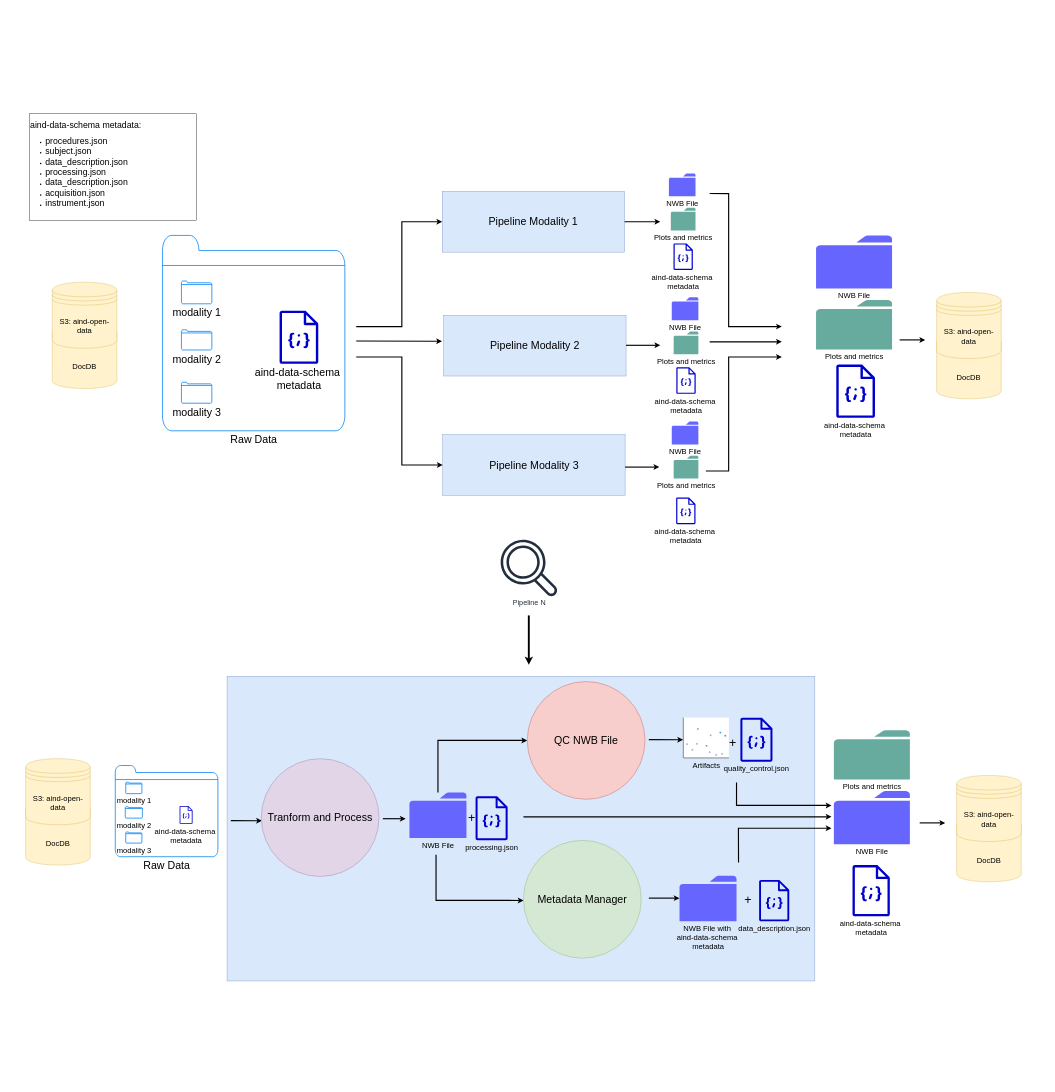
Before: docs/source/diagrams/mid_level/codeocean_pipeline_diagram.drawio in AllenNeuralDynamics/aind-software-docs, a draw.io diagram. Source tidied: cells renumbered, new cells numbered last; positions are measured from the earlier drawing's top-left corner, leaving out a move shared by most shapes. Both pictures are drawn from the tidied source at 38%, with x=0, y=0 at pixel (25, 114).
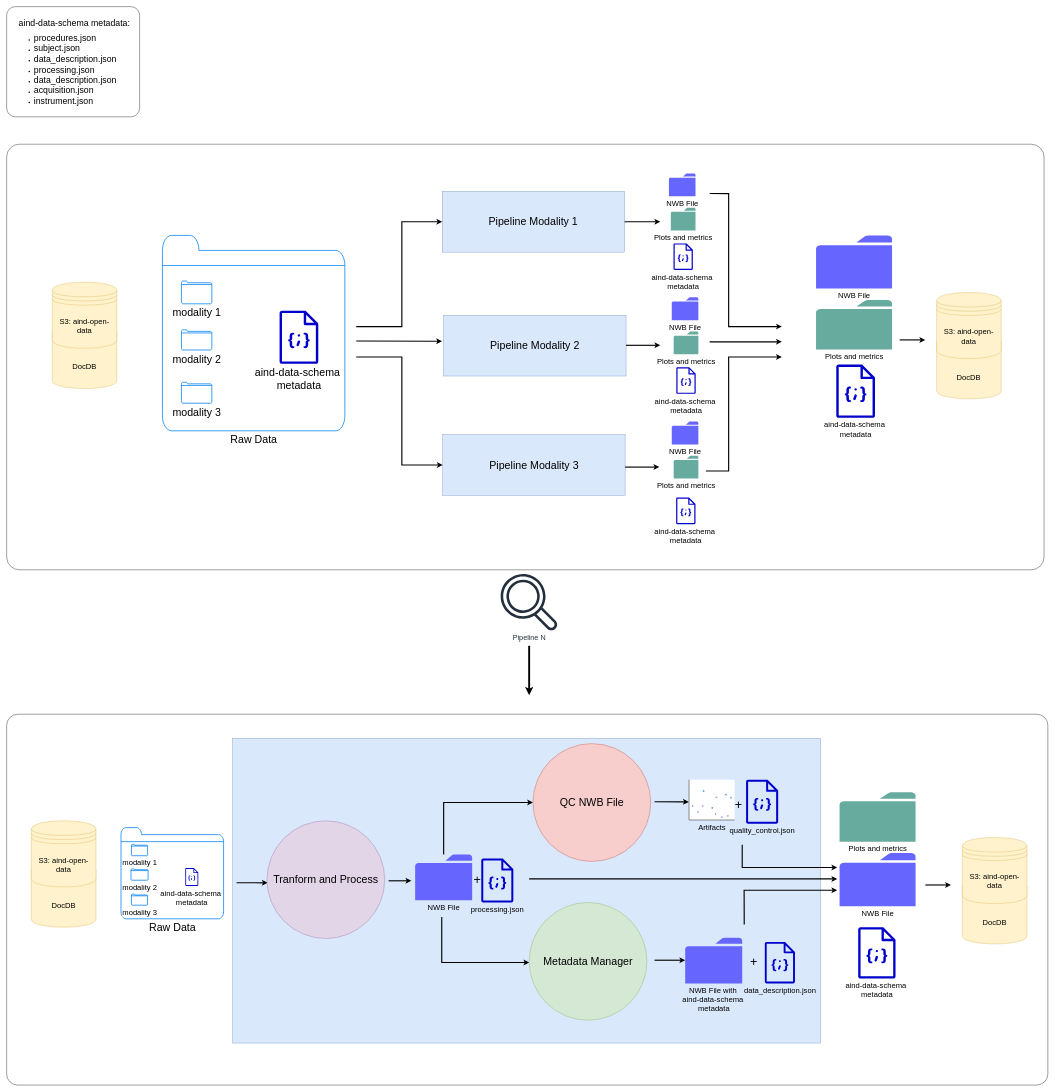
The same page after the edit.

Commit message (it also covers changes not shown here):
chore: add background to general pipeline diagram

The edit, as a diff of the source:
```diff
@@
+    <mxCell id="74" style="rounded=1;whiteSpace=wrap;html=1;arcSize=8;strokeColor=default;" parent="1" vertex="1">
+      <mxGeometry x="-50" y="-282" width="350" height="290" as="geometry" />
+    </mxCell>
+    <mxCell id="75" style="rounded=1;whiteSpace=wrap;html=1;arcSize=3;" parent="1" vertex="1">
+      <mxGeometry x="-50" y="1580" width="2740" height="976" as="geometry" />
+    </mxCell>
+    <mxCell id="76" style="rounded=1;whiteSpace=wrap;html=1;arcSize=3;" parent="1" vertex="1">
+      <mxGeometry x="-50" y="80" width="2730" height="1120" as="geometry" />
+    </mxCell>
     <mxCell id="2" style="rounded=0;whiteSpace=wrap;html=1;fillColor=#dae8fc;strokeColor=#6c8ebf;" parent="1" vertex="1">
-      <mxGeometry x="530" y="1480" width="1546.9" height="802" as="geometry" />
+      <mxGeometry x="545" y="1643.4" width="1546.9" height="802" as="geometry" />
     </mxCell>
@@
-    <mxCell id="10" value="&lt;font style=&quot;font-size: 23px;&quot;&gt;aind-data-schema metadata:&lt;/font&gt;&lt;div&gt;&lt;ul&gt;&lt;li&gt;&lt;font style=&quot;font-size: 23px;&quot;&gt;procedures.json&lt;/font&gt;&lt;/li&gt;&lt;li&gt;&lt;font style=&quot;font-size: 23px;&quot;&gt;subject.json&lt;/font&gt;&lt;/li&gt;&lt;li&gt;&lt;font style=&quot;font-size: 23px;&quot;&gt;data_description.json&lt;/font&gt;&lt;/li&gt;&lt;li&gt;&lt;font style=&quot;font-size: 23px;&quot;&gt;processing.json&lt;/font&gt;&lt;/li&gt;&lt;li&gt;&lt;font style=&quot;font-size: 23px;&quot;&gt;data_description.json&lt;/font&gt;&lt;/li&gt;&lt;li&gt;&lt;font style=&quot;font-size: 23px;&quot;&gt;acquisition.json&lt;/font&gt;&lt;/li&gt;&lt;li&gt;&lt;font style=&quot;font-size: 23px;&quot;&gt;instrument.json&lt;/font&gt;&lt;/li&gt;&lt;/ul&gt;&lt;/div&gt;" style="text;html=1;whiteSpace=wrap;strokeColor=#000000;fillColor=none;align=left;verticalAlign=middle;rounded=0;" parent="1" vertex="1">
-      <mxGeometry x="10" width="440" height="280" as="geometry" />
+    <mxCell id="10" value="&lt;font style=&quot;font-size: 23px;&quot;&gt;aind-data-schema metadata:&lt;/font&gt;&lt;div&gt;&lt;ul&gt;&lt;li&gt;&lt;font style=&quot;font-size: 23px;&quot;&gt;procedures.json&lt;/font&gt;&lt;/li&gt;&lt;li&gt;&lt;font style=&quot;font-size: 23px;&quot;&gt;subject.json&lt;/font&gt;&lt;/li&gt;&lt;li&gt;&lt;font style=&quot;font-size: 23px;&quot;&gt;data_description.json&lt;/font&gt;&lt;/li&gt;&lt;li&gt;&lt;font style=&quot;font-size: 23px;&quot;&gt;processing.json&lt;/font&gt;&lt;/li&gt;&lt;li&gt;&lt;font style=&quot;font-size: 23px;&quot;&gt;data_description.json&lt;/font&gt;&lt;/li&gt;&lt;li&gt;&lt;font style=&quot;font-size: 23px;&quot;&gt;acquisition.json&lt;/font&gt;&lt;/li&gt;&lt;li&gt;&lt;font style=&quot;font-size: 23px;&quot;&gt;instrument.json&lt;/font&gt;&lt;/li&gt;&lt;/ul&gt;&lt;/div&gt;" style="text;html=1;whiteSpace=wrap;strokeColor=none;fillColor=none;align=left;verticalAlign=middle;rounded=0;" parent="1" vertex="1">
+      <mxGeometry x="-20" y="-270" width="310" height="280" as="geometry" />
     </mxCell>
@@
     <mxCell id="12" value="&lt;font style=&quot;font-size: 20px;&quot;&gt;DocDB&lt;/font&gt;" style="shape=datastore;whiteSpace=wrap;html=1;fillColor=#fff2cc;strokeColor=#d6b656;" parent="1" vertex="1">
-      <mxGeometry y="1807" width="170" height="170" as="geometry" />
+      <mxGeometry x="15" y="1970.4" width="170" height="170" as="geometry" />
     </mxCell>
     <mxCell id="13" value="&lt;font style=&quot;font-size: 20px;&quot;&gt;S3: aind-open-data&lt;/font&gt;" style="shape=datastore;whiteSpace=wrap;html=1;fillColor=#fff2cc;strokeColor=#d6b656;" parent="1" vertex="1">
-      <mxGeometry y="1697" width="170" height="174" as="geometry" />
+      <mxGeometry x="15" y="1860.4" width="170" height="174" as="geometry" />
     </mxCell>
     <mxCell id="14" value="&lt;font style=&quot;font-size: 20px;&quot;&gt;quality_control.json&lt;/font&gt;" style="sketch=0;dashed=0;verticalLabelPosition=bottom;verticalAlign=top;align=center;html=1;fontSize=12;fontStyle=0;shape=mxgraph.aws4.json_script;fillColor=#0000CC;" parent="1" vertex="1">
-      <mxGeometry x="1880.7" y="1589" width="84.8" height="116" as="geometry" />
+      <mxGeometry x="1895.7" y="1752.4" width="84.8" height="116" as="geometry" />
     </mxCell>
     <mxCell id="15" value="&lt;font style=&quot;font-size: 20px;&quot;&gt;Artifacts&lt;/font&gt;" style="verticalLabelPosition=bottom;shadow=0;dashed=0;align=center;html=1;verticalAlign=top;strokeWidth=1;shape=mxgraph.mockup.graphics.plotChart;strokeColor=none;strokeColor2=#aaaaaa;strokeColor3=#666666;fillColor2=#99aaff,#0022ff,#008cff;" parent="1" vertex="1">
-      <mxGeometry x="1730.7" y="1589" width="120" height="106" as="geometry" />
+      <mxGeometry x="1745.7" y="1752.4" width="120" height="106" as="geometry" />
     </mxCell>
     <mxCell id="16" value="&lt;font style=&quot;font-size: 20px;&quot;&gt;data_description.json&lt;/font&gt;" style="sketch=0;dashed=0;verticalLabelPosition=bottom;verticalAlign=top;align=center;html=1;fontSize=12;fontStyle=0;shape=mxgraph.aws4.json_script;fillColor=#0000CC;" parent="1" vertex="1">
-      <mxGeometry x="1930" y="2016" width="79.7" height="109" as="geometry" />
+      <mxGeometry x="1945" y="2179.4" width="79.7" height="109" as="geometry" />
     </mxCell>
     <mxCell id="17" value="&lt;font style=&quot;font-size: 20px;&quot;&gt;NWB File with&amp;nbsp;&lt;/font&gt;&lt;div&gt;&lt;font style=&quot;font-size: 20px;&quot;&gt;aind-data-schema&amp;nbsp;&lt;/font&gt;&lt;/div&gt;&lt;div&gt;&lt;font style=&quot;font-size: 20px;&quot;&gt;metadata&lt;/font&gt;&lt;/div&gt;" style="sketch=0;shadow=0;dashed=0;html=1;strokeColor=none;labelPosition=center;verticalLabelPosition=bottom;verticalAlign=top;align=center;shape=mxgraph.office.concepts.folder;fillColor=#6666FF;" parent="1" vertex="1">
-      <mxGeometry x="1720.7" y="2005" width="150" height="120" as="geometry" />
+      <mxGeometry x="1735.7" y="2168.4" width="150" height="120" as="geometry" />
     </mxCell>
@@
     <mxCell id="19" value="&lt;font style=&quot;font-size: 20px;&quot;&gt;NWB File&lt;/font&gt;" style="sketch=0;shadow=0;dashed=0;html=1;strokeColor=none;labelPosition=center;verticalLabelPosition=bottom;verticalAlign=top;align=center;shape=mxgraph.office.concepts.folder;fillColor=#6666FF;" parent="1" vertex="1">
-      <mxGeometry x="2126.9" y="1782" width="200" height="140" as="geometry" />
+      <mxGeometry x="2141.9" y="1945.4" width="200" height="140" as="geometry" />
     </mxCell>
     <mxCell id="20" value="&lt;font style=&quot;font-size: 20px;&quot;&gt;aind-data-schema&amp;nbsp;&lt;/font&gt;&lt;div&gt;&lt;font style=&quot;font-size: 20px;&quot;&gt;metadata&lt;/font&gt;&lt;/div&gt;" style="sketch=0;dashed=0;verticalLabelPosition=bottom;verticalAlign=top;align=center;html=1;fontSize=12;fontStyle=0;shape=mxgraph.aws4.json_script;fillColor=#0000CC;" parent="1" vertex="1">
-      <mxGeometry x="2175.7" y="1977" width="98.7" height="135" as="geometry" />
+      <mxGeometry x="2190.7" y="2140.4" width="98.7" height="135" as="geometry" />
     </mxCell>
     <mxCell id="21" value="&lt;font style=&quot;font-size: 20px;&quot;&gt;Plots and metrics&lt;/font&gt;" style="sketch=0;shadow=0;dashed=0;html=1;strokeColor=none;labelPosition=center;verticalLabelPosition=bottom;verticalAlign=top;align=center;shape=mxgraph.office.concepts.folder;fillColor=#67AB9F;" parent="1" vertex="1">
-      <mxGeometry x="2126.9" y="1622" width="200" height="130" as="geometry" />
+      <mxGeometry x="2141.9" y="1785.4" width="200" height="130" as="geometry" />
     </mxCell>
@@
     <mxCell id="25" value="&lt;font style=&quot;font-size: 20px;&quot;&gt;DocDB&lt;/font&gt;" style="shape=datastore;whiteSpace=wrap;html=1;fillColor=#fff2cc;strokeColor=#d6b656;" parent="1" vertex="1">
-      <mxGeometry x="2450" y="1851" width="170" height="170" as="geometry" />
+      <mxGeometry x="2465" y="2014.4" width="170" height="170" as="geometry" />
     </mxCell>
     <mxCell id="26" value="&lt;font style=&quot;font-size: 20px;&quot;&gt;S3: aind-open-data&lt;/font&gt;" style="shape=datastore;whiteSpace=wrap;html=1;fillColor=#fff2cc;strokeColor=#d6b656;" parent="1" vertex="1">
-      <mxGeometry x="2450" y="1741" width="170" height="174" as="geometry" />
+      <mxGeometry x="2465" y="1904.4" width="170" height="174" as="geometry" />
     </mxCell>
@@
     <mxCell id="39" style="endArrow=classic;html=1;rounded=0;strokeWidth=3;" parent="1" edge="1">
       <mxGeometry relative="1" as="geometry">
-        <mxPoint x="2352.7" y="1866" as="sourcePoint" />
-        <mxPoint x="2420" y="1866" as="targetPoint" />
+        <mxPoint x="2367.7" y="2029.4" as="sourcePoint" />
+        <mxPoint x="2435" y="2029.4" as="targetPoint" />
       </mxGeometry>
     </mxCell>
@@
     <mxCell id="44" value="&lt;font style=&quot;font-size: 28px;&quot;&gt;Raw Data&lt;/font&gt;" style="html=1;verticalLabelPosition=bottom;align=center;labelBackgroundColor=#ffffff;verticalAlign=top;strokeWidth=2;strokeColor=#0080F0;shadow=0;dashed=0;shape=mxgraph.ios7.icons.folder;" parent="1" vertex="1">
-      <mxGeometry x="235.9" y="1715" width="270" height="240" as="geometry" />
+      <mxGeometry x="250.9" y="1878.4" width="270" height="240" as="geometry" />
     </mxCell>
     <mxCell id="45" value="modality 1" style="html=1;verticalLabelPosition=bottom;align=center;labelBackgroundColor=#ffffff;verticalAlign=top;strokeWidth=2;strokeColor=#0080F0;shadow=0;dashed=0;shape=mxgraph.ios7.icons.folder;fontSize=20;" parent="1" vertex="1">
-      <mxGeometry x="263.4" y="1759" width="42.5" height="30" as="geometry" />
+      <mxGeometry x="278.4" y="1922.4" width="42.5" height="30" as="geometry" />
     </mxCell>
     <mxCell id="46" value="&lt;div style=&quot;text-align: start;&quot;&gt;&lt;font style=&quot;font-size: 20px;&quot;&gt;modality 2&lt;/font&gt;&lt;/div&gt;" style="html=1;verticalLabelPosition=bottom;align=center;labelBackgroundColor=#ffffff;verticalAlign=top;strokeWidth=2;strokeColor=#0080F0;shadow=0;dashed=0;shape=mxgraph.ios7.icons.folder;" parent="1" vertex="1">
-      <mxGeometry x="262.2" y="1823.5" width="45" height="30" as="geometry" />
+      <mxGeometry x="277.2" y="1986.9" width="45" height="30" as="geometry" />
     </mxCell>
     <mxCell id="47" value="&lt;font style=&quot;font-size: 20px;&quot;&gt;modality 3&lt;/font&gt;" style="html=1;verticalLabelPosition=bottom;align=center;labelBackgroundColor=#ffffff;verticalAlign=top;strokeWidth=2;strokeColor=#0080F0;shadow=0;dashed=0;shape=mxgraph.ios7.icons.folder;" parent="1" vertex="1">
-      <mxGeometry x="263.4" y="1890" width="42.5" height="29.2" as="geometry" />
+      <mxGeometry x="278.4" y="2053.4" width="42.5" height="29.2" as="geometry" />
     </mxCell>
     <mxCell id="48" value="&lt;font style=&quot;font-size: 20px;&quot;&gt;aind-data-schema&amp;nbsp;&lt;/font&gt;&lt;div&gt;&lt;font style=&quot;font-size: 20px;&quot;&gt;metadata&lt;/font&gt;&lt;/div&gt;" style="sketch=0;dashed=0;verticalLabelPosition=bottom;verticalAlign=top;align=center;html=1;fontSize=12;fontStyle=0;shape=mxgraph.aws4.json_script;fillColor=#0000CC;strokeColor=#0000CC;" parent="1" vertex="1">
-      <mxGeometry x="405" y="1821.5" width="34.4" height="47" as="geometry" />
+      <mxGeometry x="420" y="1984.9" width="34.4" height="47" as="geometry" />
     </mxCell>
@@
     <mxCell id="52" value="&lt;font style=&quot;font-size: 20px;&quot;&gt;NWB File&lt;/font&gt;" style="sketch=0;shadow=0;dashed=0;html=1;strokeColor=none;labelPosition=center;verticalLabelPosition=bottom;verticalAlign=top;outlineConnect=0;align=center;shape=mxgraph.office.concepts.folder;fillColor=#6666FF;" parent="1" vertex="1">
-      <mxGeometry x="1010" y="1786" width="150" height="120" as="geometry" />
+      <mxGeometry x="1025" y="1949.4" width="150" height="120" as="geometry" />
     </mxCell>
     <mxCell id="53" value="&lt;font style=&quot;font-size: 20px;&quot;&gt;processing.json&lt;/font&gt;" style="sketch=0;dashed=0;verticalLabelPosition=bottom;verticalAlign=top;align=center;html=1;fontSize=12;fontStyle=0;shape=mxgraph.aws4.json_script;fillColor=#0000CC;" parent="1" vertex="1">
-      <mxGeometry x="1183.8" y="1796" width="84.8" height="116" as="geometry" />
+      <mxGeometry x="1198.8" y="1959.4" width="84.8" height="116" as="geometry" />
     </mxCell>
     <mxCell id="54" style="endArrow=classic;html=1;rounded=0;strokeWidth=3;labelBorderColor=#B85450;entryX=0.006;entryY=0.527;entryDx=0;entryDy=0;entryPerimeter=0;" parent="1" edge="1" target="58">
       <mxGeometry relative="1" as="geometry">
-        <mxPoint x="540" y="1860" as="sourcePoint" />
+        <mxPoint x="555" y="2023.4" as="sourcePoint" />
       </mxGeometry>
     </mxCell>
     <mxCell id="55" style="endArrow=classic;html=1;rounded=0;strokeWidth=3;entryX=-0.005;entryY=0.55;entryDx=0;entryDy=0;entryPerimeter=0;" parent="1" edge="1" target="15">
       <mxGeometry relative="1" as="geometry">
-        <mxPoint x="1640" y="1647" as="sourcePoint" />
+        <mxPoint x="1655" y="1810.4" as="sourcePoint" />
       </mxGeometry>
     </mxCell>
     <mxCell id="56" style="endArrow=classic;html=1;rounded=0;strokeWidth=3;" parent="1" edge="1">
       <mxGeometry relative="1" as="geometry">
-        <mxPoint x="1310" y="1850" as="sourcePoint" />
-        <mxPoint x="2120.7" y="1850" as="targetPoint" />
+        <mxPoint x="1325" y="2013.4" as="sourcePoint" />
+        <mxPoint x="2135.7" y="2013.4" as="targetPoint" />
       </mxGeometry>
     </mxCell>
     <mxCell id="57" style="endArrow=classic;html=1;rounded=0;strokeWidth=3;entryX=0.001;entryY=0.51;entryDx=0;entryDy=0;entryPerimeter=0;" parent="1" edge="1" target="62">
       <mxGeometry relative="1" as="geometry">
-        <mxPoint x="1080" y="1950" as="sourcePoint" />
+        <mxPoint x="1095" y="2113.4" as="sourcePoint" />
         <Array as="points">
-          <mxPoint x="1080" y="2070" />
+          <mxPoint x="1095" y="2233.4" />
         </Array>
       </mxGeometry>
     </mxCell>
     <mxCell id="58" value="&lt;font style=&quot;font-size: 28px;&quot;&gt;Tranform and Process&lt;/font&gt;" style="ellipse;whiteSpace=wrap;html=1;fillColor=#e1d5e7;strokeColor=#9673a6;" parent="1" vertex="1">
-      <mxGeometry x="620" y="1697" width="310" height="310" as="geometry" />
+      <mxGeometry x="635" y="1860.4" width="310" height="310" as="geometry" />
     </mxCell>
     <mxCell id="59" style="endArrow=classic;html=1;rounded=0;strokeWidth=3;" parent="1" edge="1">
       <mxGeometry relative="1" as="geometry">
-        <mxPoint x="940" y="1855" as="sourcePoint" />
-        <mxPoint x="1000" y="1855" as="targetPoint" />
+        <mxPoint x="955" y="2018.4" as="sourcePoint" />
+        <mxPoint x="1015" y="2018.4" as="targetPoint" />
       </mxGeometry>
     </mxCell>
     <mxCell id="60" value="&lt;font style=&quot;font-size: 28px;&quot;&gt;QC NWB File&lt;/font&gt;" style="ellipse;whiteSpace=wrap;html=1;fillColor=#f8cecc;strokeColor=#b85450;" parent="1" vertex="1">
-      <mxGeometry x="1320" y="1494" width="310" height="310" as="geometry" />
+      <mxGeometry x="1335" y="1657.4" width="310" height="310" as="geometry" />
     </mxCell>
     <mxCell id="61" style="endArrow=classic;html=1;rounded=0;strokeWidth=3;entryX=0;entryY=0.5;entryDx=0;entryDy=0;" parent="1" edge="1" source="52" target="60">
       <mxGeometry relative="1" as="geometry">
         <Array as="points">
-          <mxPoint x="1085" y="1649" />
+          <mxPoint x="1100" y="1812.4" />
         </Array>
       </mxGeometry>
     </mxCell>
     <mxCell id="62" value="&lt;font style=&quot;font-size: 28px;&quot;&gt;Metadata Manager&lt;/font&gt;" style="ellipse;whiteSpace=wrap;html=1;fillColor=#d5e8d4;strokeColor=#82b366;" parent="1" vertex="1">
-      <mxGeometry x="1310" y="1912" width="310" height="310" as="geometry" />
+      <mxGeometry x="1325" y="2075.4" width="310" height="310" as="geometry" />
     </mxCell>
     <mxCell id="63" style="endArrow=classic;html=1;rounded=0;strokeWidth=3;" parent="1" edge="1">
       <mxGeometry relative="1" as="geometry">
-        <mxPoint x="1640" y="2064" as="sourcePoint" />
-        <mxPoint x="1720.7" y="2064" as="targetPoint" />
+        <mxPoint x="1655" y="2227.4" as="sourcePoint" />
+        <mxPoint x="1735.7" y="2227.4" as="targetPoint" />
       </mxGeometry>
     </mxCell>
     <mxCell id="64" style="endArrow=classic;html=1;rounded=0;strokeWidth=3;" parent="1" edge="1">
       <mxGeometry relative="1" as="geometry">
-        <mxPoint x="1870.7" y="1760" as="sourcePoint" />
-        <mxPoint x="2120.7" y="1820" as="targetPoint" />
+        <mxPoint x="1885.7" y="1923.4" as="sourcePoint" />
+        <mxPoint x="2135.7" y="1983.4" as="targetPoint" />
         <Array as="points">
-          <mxPoint x="1870.7" y="1820" />
+          <mxPoint x="1885.7" y="1983.4" />
         </Array>
       </mxGeometry>
     </mxCell>
     <mxCell id="65" style="endArrow=classic;html=1;rounded=0;strokeWidth=3;" parent="1" edge="1">
       <mxGeometry relative="1" as="geometry">
-        <mxPoint x="1876" y="1970" as="sourcePoint" />
-        <mxPoint x="2120.7" y="1880" as="targetPoint" />
+        <mxPoint x="1891" y="2133.4" as="sourcePoint" />
+        <mxPoint x="2135.7" y="2043.4" as="targetPoint" />
         <Array as="points">
-          <mxPoint x="1875.7" y="1880" />
+          <mxPoint x="1890.7" y="2043.4" />
         </Array>
       </mxGeometry>
     </mxCell>
     <mxCell id="66" value="&lt;font style=&quot;font-size: 33px;&quot;&gt;+&lt;/font&gt;" style="text;html=1;whiteSpace=wrap;strokeColor=none;fillColor=none;align=center;verticalAlign=middle;rounded=0;" parent="1" vertex="1">
-      <mxGeometry x="1870.7" y="2052" width="60" height="30" as="geometry" />
+      <mxGeometry x="1885.7" y="2215.4" width="60" height="30" as="geometry" />
     </mxCell>
     <mxCell id="67" value="&lt;font style=&quot;font-size: 33px;&quot;&gt;+&lt;/font&gt;" style="text;html=1;whiteSpace=wrap;strokeColor=none;fillColor=none;align=center;verticalAlign=middle;rounded=0;" parent="1" vertex="1">
-      <mxGeometry x="1143.8" y="1836" width="60" height="30" as="geometry" />
+      <mxGeometry x="1158.8" y="1999.4" width="60" height="30" as="geometry" />
     </mxCell>
     <mxCell id="68" value="&lt;font style=&quot;font-size: 33px;&quot;&gt;+&lt;/font&gt;" style="text;html=1;whiteSpace=wrap;strokeColor=none;fillColor=none;align=center;verticalAlign=middle;rounded=0;" parent="1" vertex="1">
-      <mxGeometry x="1830.7" y="1640" width="60" height="30" as="geometry" />
+      <mxGeometry x="1845.7" y="1803.4" width="60" height="30" as="geometry" />
     </mxCell>
     <mxCell id="69" value="&lt;font style=&quot;font-size: 19px;&quot;&gt;Pipeline N&lt;/font&gt;" style="sketch=0;fontColor=#232F3E;gradientColor=none;fillColor=#232F3D;strokeColor=none;dashed=0;verticalLabelPosition=bottom;verticalAlign=top;align=center;html=1;fontSize=12;fontStyle=0;shape=mxgraph.aws4.magnifying_glass_2;" parent="1" vertex="1">
-      <mxGeometry x="1250" y="1120" width="150" height="150" as="geometry" />
+      <mxGeometry x="1250" y="1210" width="150" height="150" as="geometry" />
     </mxCell>
     <mxCell id="70" style="endArrow=classic;html=1;rounded=0;strokeWidth=5;" parent="1" edge="1">
       <mxGeometry relative="1" as="geometry">
-        <mxPoint x="1324.1" y="1320" as="sourcePoint" />
-        <mxPoint x="1324.1" y="1450" as="targetPoint" />
+        <mxPoint x="1325" y="1400" as="sourcePoint" />
+        <mxPoint x="1325" y="1530" as="targetPoint" />
       </mxGeometry>
     </mxCell>
```
